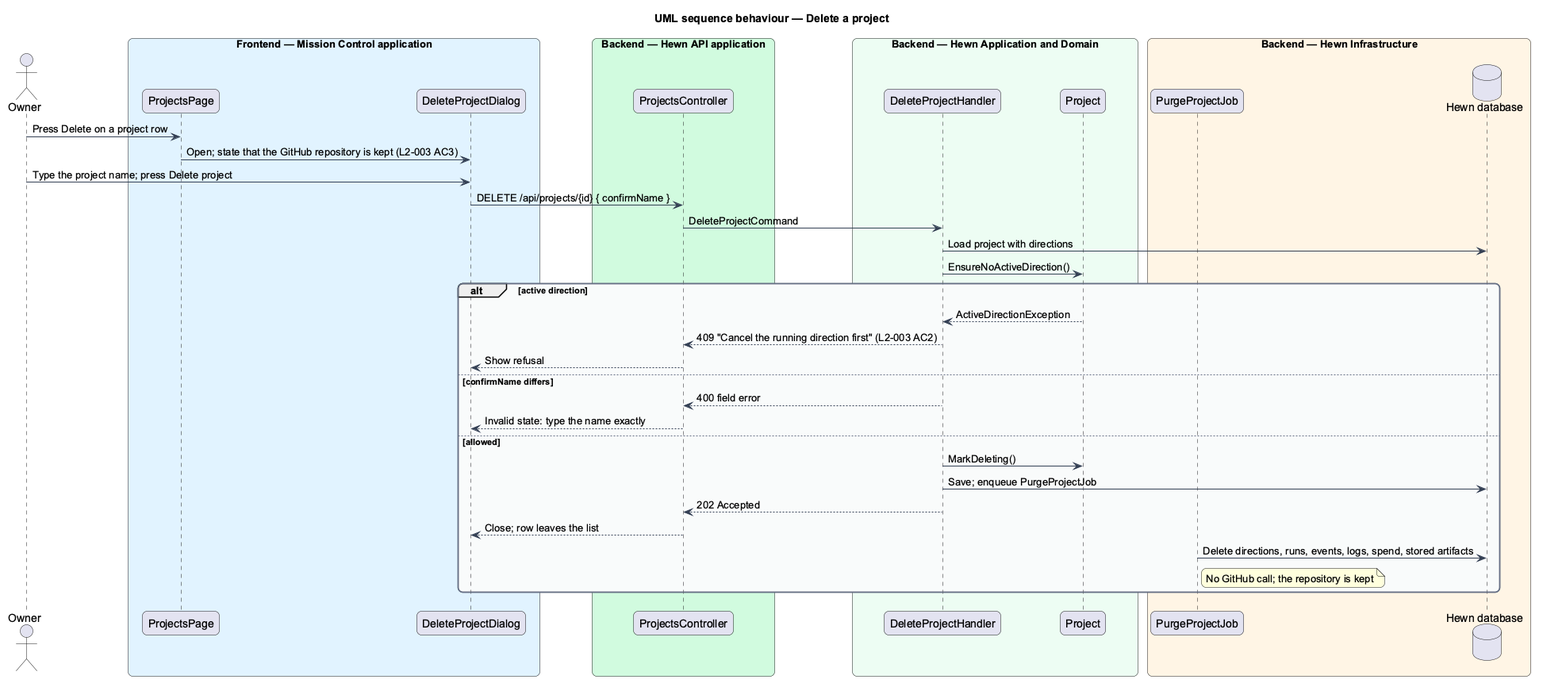
QuinntyneBrown/hewn keeps this PlantUML diagram as docs/detailed-designs/projects/archive-and-delete-project/diagrams/sequence-delete.png. Above is the earlier version.
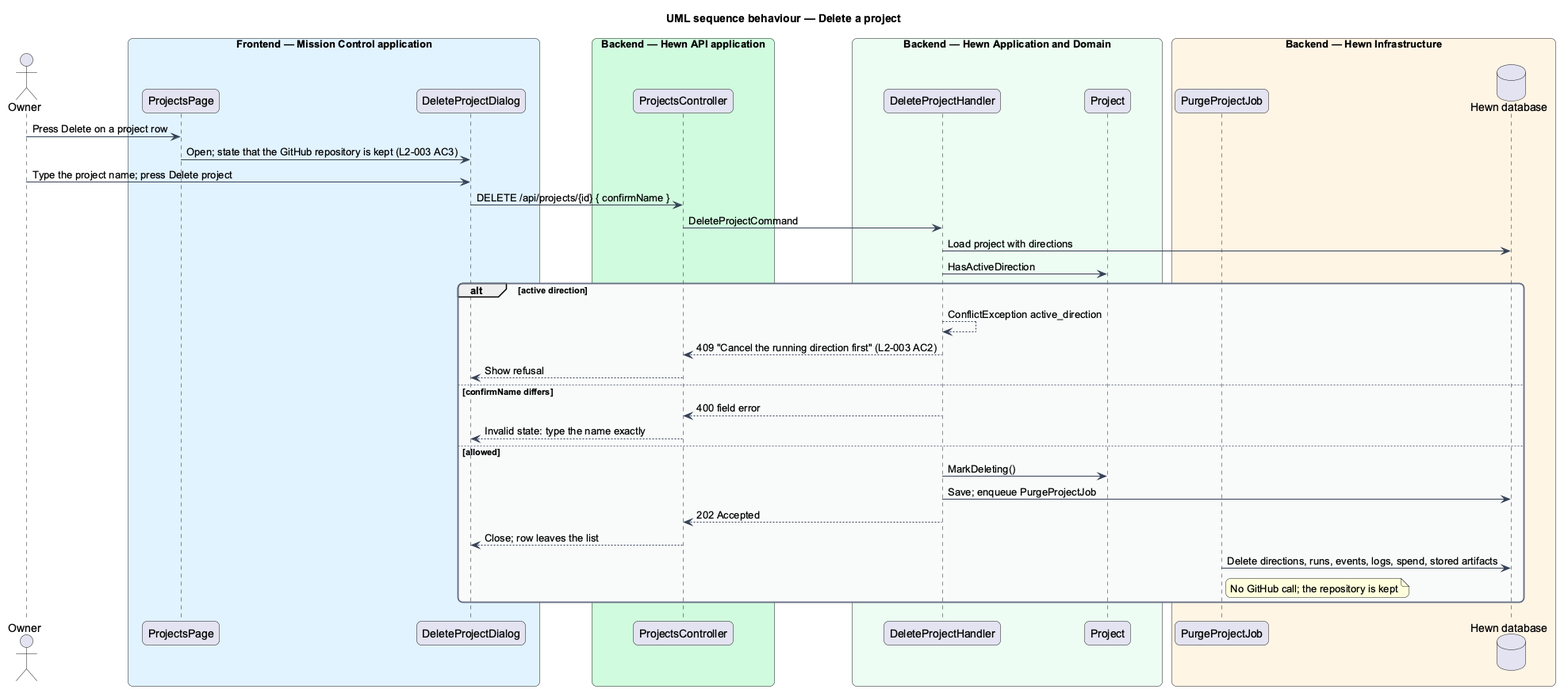
After the commit.

What changed in the source:
```diff
@@ -37,9 +37,9 @@
 dlg -> ctrl : DELETE /api/projects/{id} { confirmName }
 ctrl -> del : DeleteProjectCommand
 del -> db : Load project with directions
-del -> proj : EnsureNoActiveDirection()
+del -> proj : HasActiveDirection
 alt active direction
-  proj --> del : ActiveDirectionException
+  del --> del : ConflictException active_direction
   del --> ctrl : 409 "Cancel the running direction first" (L2-003 AC2)
   ctrl --> dlg : Show refusal
 else confirmName differs
```
